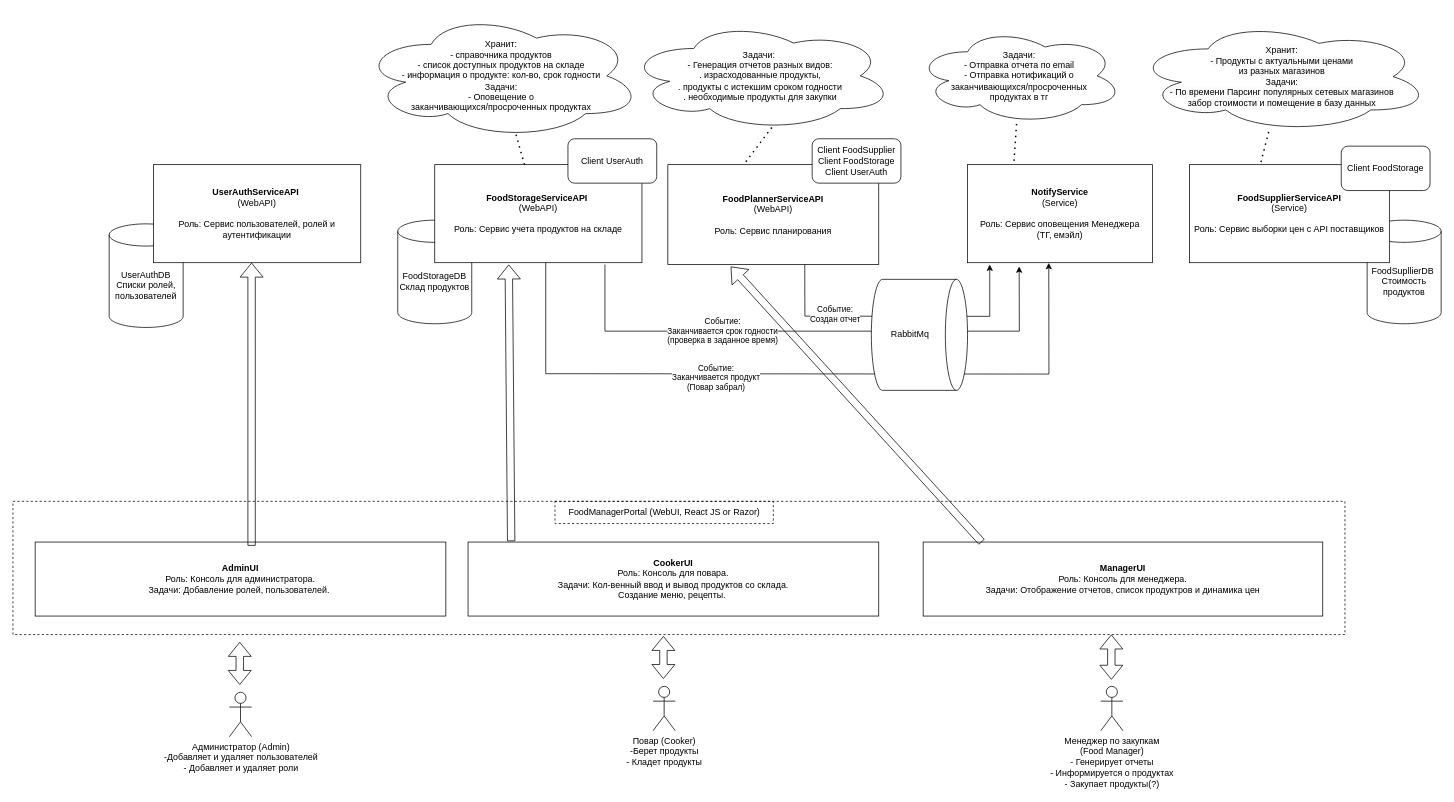
Before: page "Main" (1 of 6) of docs/diagrams/all_services_schemas.drawio in otusroom5/food-manager, a draw.io diagram. Source tidied: cells renumbered, new cells numbered last; positions are measured from the earlier drawing's top-left corner, leaving out a move shared by most shapes. Both pictures are drawn from the tidied source at 74%, with x=0, y=0 at pixel (13, 13).
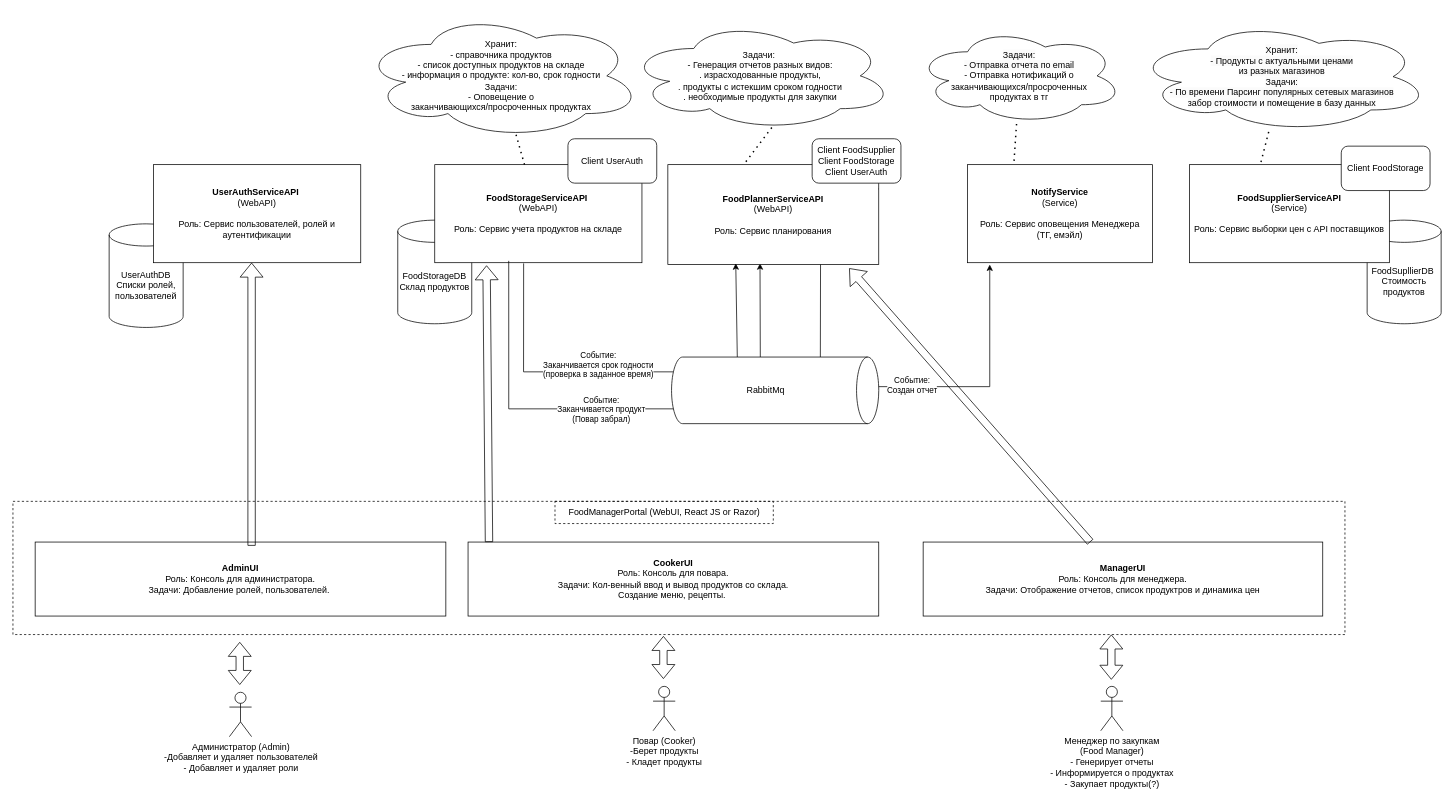
The same diagram, later.

Unchanged cells that the change refers to:
```xml
<mxCell id="5" value="&lt;b&gt;FoodStorageServiceAPI&amp;nbsp;&lt;br&gt;&lt;/b&gt;(WebAPI)&lt;br&gt;&lt;br&gt;Роль: Сервис учета продуктов на складе" style="rounded=0;whiteSpace=wrap;html=1;" parent="1" vertex="1">
  <mxGeometry x="570" y="205" width="280" height="132.5" as="geometry" />
</mxCell>
<mxCell id="8" value="&lt;b&gt;NotifyService&lt;br&gt;&lt;/b&gt;(Service)&lt;br&gt;&lt;br&gt;Роль: Сервис оповещения Менеджера&lt;br&gt;(ТГ, емэйл)" style="rounded=0;whiteSpace=wrap;html=1;" parent="1" vertex="1">
  <mxGeometry x="1290" y="205" width="250" height="132.5" as="geometry" />
</mxCell>
<mxCell id="10" value="&lt;b&gt;CookerUI&lt;/b&gt;&lt;br&gt;Роль: Консоль для повара.&lt;br&gt;Задачи: Кол-венный ввод и вывод продуктов со склада. &lt;br&gt;Создание меню, рецепты.&amp;nbsp;" style="rounded=0;whiteSpace=wrap;html=1;" parent="1" vertex="1">
  <mxGeometry x="615" y="715" width="555" height="100" as="geometry" />
</mxCell>
<mxCell id="11" value="&lt;b&gt;ManagerUI&lt;/b&gt;&lt;br&gt;Роль: Консоль для менеджера.&lt;br&gt;Задачи: Отображение отчетов, список продуктров и динамика цен" style="rounded=0;whiteSpace=wrap;html=1;" parent="1" vertex="1">
  <mxGeometry x="1230" y="715" width="540" height="100" as="geometry" />
</mxCell>
<mxCell id="28" value="&lt;b&gt;FoodPlannerServiceAPI&lt;/b&gt; &lt;br&gt;(WebAPI)&lt;br&gt;&lt;br&gt;Роль: Сервис планирования" style="rounded=0;whiteSpace=wrap;html=1;" parent="1" vertex="1">
  <mxGeometry x="885" y="205" width="285" height="135" as="geometry" />
</mxCell>
```

Change to the diagram source:
```diff
@@
-    <mxCell id="21" style="endArrow=classic;html=1;rounded=0;exitX=0.75;exitY=1;exitDx=0;exitDy=0;" parent="1" edge="1">
+    <mxCell id="21" style="endArrow=classic;html=1;rounded=0;exitX=0.724;exitY=0.988;exitDx=0;exitDy=0;exitPerimeter=0;" parent="1" edge="1" source="28">
       <mxGeometry relative="1" as="geometry">
-        <mxPoint x="1070" y="339.7" as="sourcePoint" />
         <mxPoint x="1320" y="340" as="targetPoint" />
         <Array as="points">
-          <mxPoint x="1070.2" y="409.7" />
-          <mxPoint x="1320" y="410" />
+          <mxPoint x="1091" y="505" />
+          <mxPoint x="1320" y="505" />
         </Array>
       </mxGeometry>
     </mxCell>
     <mxCell id="22" value="Событие:&lt;br&gt;Создан отчет" style="edgeLabel;html=1;align=center;verticalAlign=middle;" parent="21" vertex="1">
       <mxGeometry relative="1" as="geometry">
-        <mxPoint x="-85" y="-3" as="offset" />
+        <mxPoint x="10" y="-3" as="offset" />
       </mxGeometry>
     </mxCell>
-    <mxCell id="23" style="endArrow=classic;html=1;rounded=0;entryX=0.279;entryY=1.038;entryDx=0;entryDy=0;entryPerimeter=0;" parent="1" edge="1" target="8">
+    <mxCell id="23" style="endArrow=classic;html=1;rounded=0;entryX=0.437;entryY=0.988;entryDx=0;entryDy=0;entryPerimeter=0;exitX=0.429;exitY=1.007;exitDx=0;exitDy=0;exitPerimeter=0;" parent="1" edge="1" source="5" target="28">
       <mxGeometry relative="1" as="geometry">
-        <mxPoint x="800" y="340" as="sourcePoint" />
         <Array as="points">
-          <mxPoint x="800" y="430" />
-          <mxPoint x="1060" y="430" />
-          <mxPoint x="1360" y="430" />
+          <mxPoint x="690" y="485" />
+          <mxPoint x="1010" y="485" />
         </Array>
       </mxGeometry>
     </mxCell>
     <mxCell id="24" value="Событие:&lt;br&gt;Заканчивается срок годности&lt;br&gt;(проверка в заданное время)" style="edgeLabel;html=1;align=center;verticalAlign=middle;" parent="23" vertex="1">
       <mxGeometry relative="1" as="geometry">
-        <mxPoint x="-121" y="-1" as="offset" />
+        <mxPoint x="-60" y="-10" as="offset" />
       </mxGeometry>
     </mxCell>
@@
-    <mxCell id="32" style="shape=flexArrow;endArrow=classic;html=1;rounded=0;exitX=0.105;exitY=-0.011;exitDx=0;exitDy=0;exitPerimeter=0;" parent="1" edge="1" source="10">
+    <mxCell id="32" style="shape=flexArrow;endArrow=classic;html=1;rounded=0;exitX=0.105;exitY=-0.011;exitDx=0;exitDy=0;exitPerimeter=0;" parent="1" edge="1">
       <mxGeometry relative="1" as="geometry">
-        <mxPoint x="670" y="340" as="targetPoint" />
+        <mxPoint x="643.3" y="715" as="sourcePoint" />
+        <mxPoint x="640" y="341.1" as="targetPoint" />
       </mxGeometry>
     </mxCell>
-    <mxCell id="33" style="shape=flexArrow;endArrow=classic;html=1;rounded=0;entryX=0.808;entryY=1.02;entryDx=0;entryDy=0;entryPerimeter=0;" parent="1" edge="1">
-      <mxGeometry relative="1" as="geometry">
-        <mxPoint x="1309.2" y="715" as="sourcePoint" />
-        <mxPoint x="970" y="342.7" as="targetPoint" />
-      </mxGeometry>
+    <mxCell id="33" style="shape=flexArrow;endArrow=classic;html=1;rounded=0;entryX=0.86;entryY=1.037;entryDx=0;entryDy=0;entryPerimeter=0;" parent="1" edge="1" source="11" target="28">
+      <mxGeometry relative="1" as="geometry" />
     </mxCell>
@@
-    <mxCell id="36" style="endArrow=classic;html=1;rounded=0;entryX=0.439;entryY=1.002;entryDx=0;entryDy=0;entryPerimeter=0;" parent="1" edge="1" target="8">
+    <mxCell id="36" style="endArrow=classic;html=1;rounded=0;entryX=0.322;entryY=0.988;entryDx=0;entryDy=0;entryPerimeter=0;exitX=0.357;exitY=0.981;exitDx=0;exitDy=0;exitPerimeter=0;" parent="1" edge="1" source="5" target="28">
       <mxGeometry relative="1" as="geometry">
-        <mxPoint x="720" y="337.5" as="sourcePoint" />
         <Array as="points">
-          <mxPoint x="720" y="487.5" />
-          <mxPoint x="1400" y="488" />
+          <mxPoint x="670" y="535" />
+          <mxPoint x="980" y="535" />
         </Array>
       </mxGeometry>
     </mxCell>
     <mxCell id="37" value="Событие:&lt;br&gt;Заканчивается продукт&lt;br&gt;(Повар забрал)" style="edgeLabel;html=1;align=center;verticalAlign=middle;" parent="36" vertex="1">
       <mxGeometry relative="1" as="geometry">
-        <mxPoint x="-110" y="5" as="offset" />
+        <mxPoint x="-28" as="offset" />
       </mxGeometry>
     </mxCell>
     <mxCell id="38" value="RabbitMq" style="shape=cylinder3;whiteSpace=wrap;html=1;boundedLbl=1;backgroundOutline=1;size=15;direction=south;" parent="1" vertex="1">
-      <mxGeometry x="1160" y="360" width="130" height="150" as="geometry" />
+      <mxGeometry x="890" y="465" width="280" height="90" as="geometry" />
     </mxCell>
```
